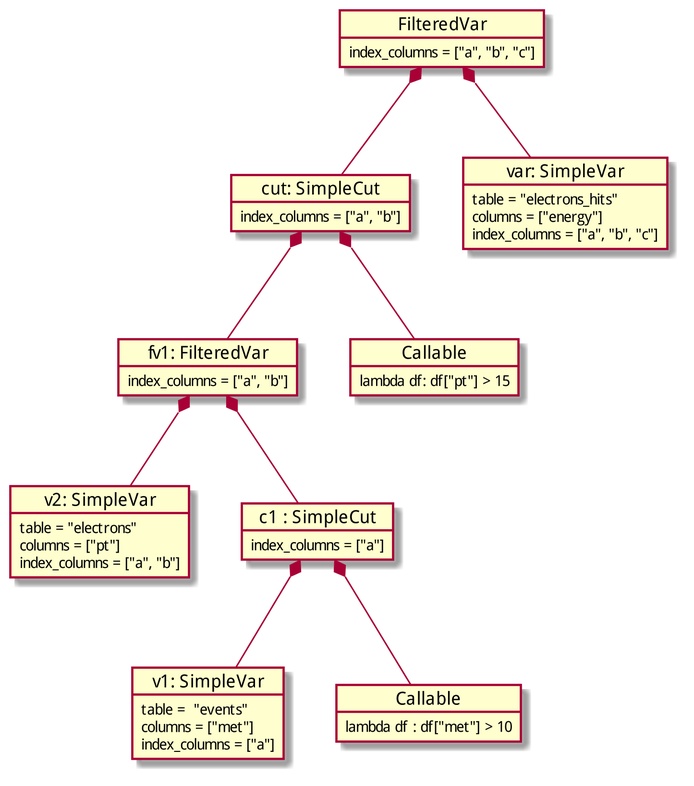
Earlier version of the PlantUML export docs/diagrams/fv-uc-03.png (marcpaterno/pandana3-design).
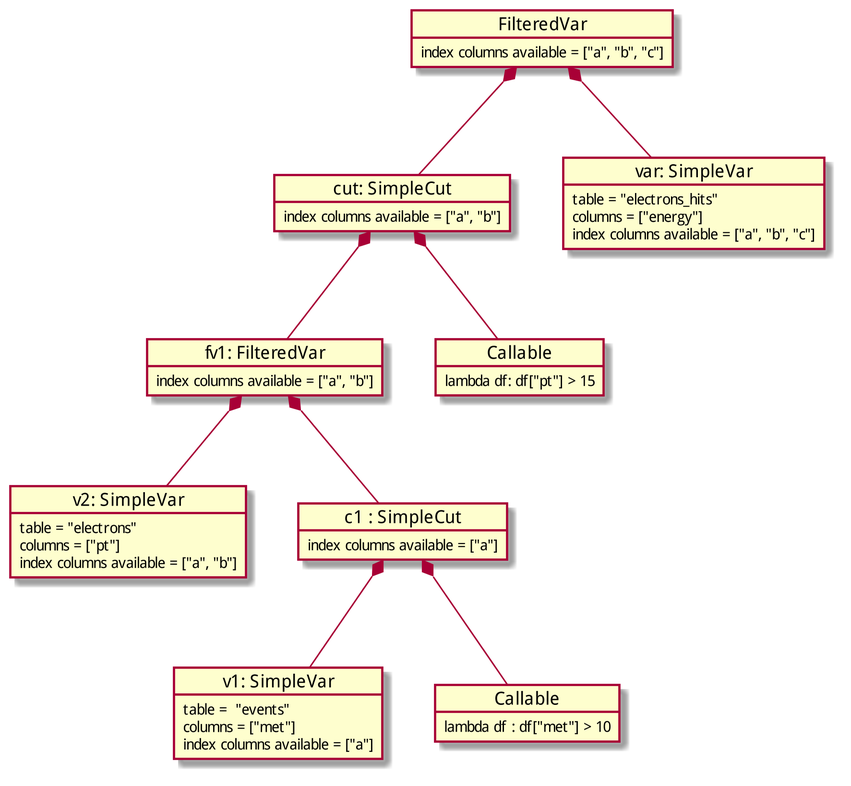
Above is the later version.

The edit, as a diff of the source:
```diff
@@ -4,21 +4,21 @@
 object "v2: SimpleVar" as var {
   table = "electrons"
   columns = ["pt"]
-  index_columns = ["a", "b"]
+  index columns available = ["a", "b"]
 }
 
 object "c1 : SimpleCut" as cut {
-  index_columns = ["a"]
+  index columns available = ["a"]
 }
 
 object "v1: SimpleVar" as met {
   table =  "events"
   columns = ["met"]
-  index_columns = ["a"]
+  index columns available = ["a"]
 }
 
 object "fv1: FilteredVar" as fv1 {
-  index_columns = ["a", "b"]
+  index columns available = ["a", "b"]
 }
 
 object "Callable" as pred {
@@ -26,17 +26,17 @@
 }
 
 object "FilteredVar" as fv2 {
-  index_columns = ["a", "b", "c"]
+  index columns available = ["a", "b", "c"]
 }
 
 object "cut: SimpleCut" as cut2 {
-  index_columns = ["a", "b"]
+  index columns available = ["a", "b"]
 }
 
 object "var: SimpleVar" as hits {
   table = "electrons_hits"
   columns = ["energy"]
-  index_columns = ["a", "b", "c"]
+  index columns available = ["a", "b", "c"]
 }
 
 object "Callable" as pred2 {
```
